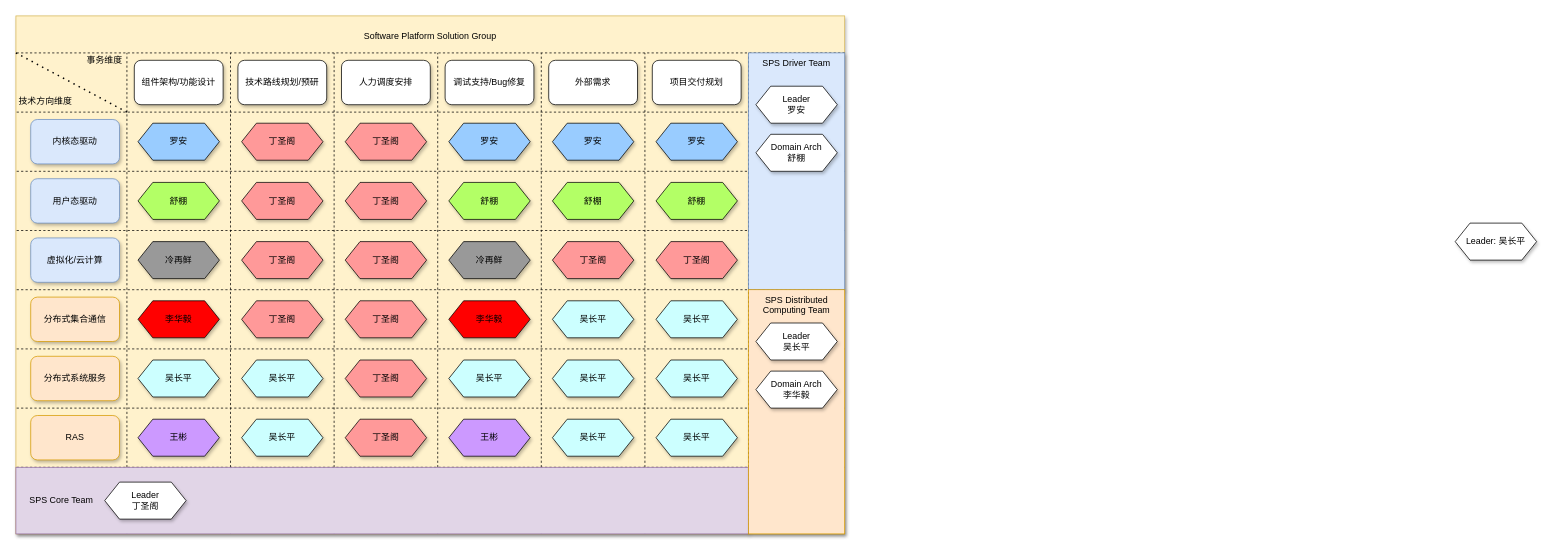
Earlier version of the draw.io diagram 对外接口.drawio (dingsg/drawio). Source tidied: cells renumbered, new cells numbered last; positions are measured from the earlier drawing's top-left corner, leaving out a move shared by most shapes. Both pictures are drawn from the tidied source at 74%, with x=0, y=0 at pixel (16, 16).
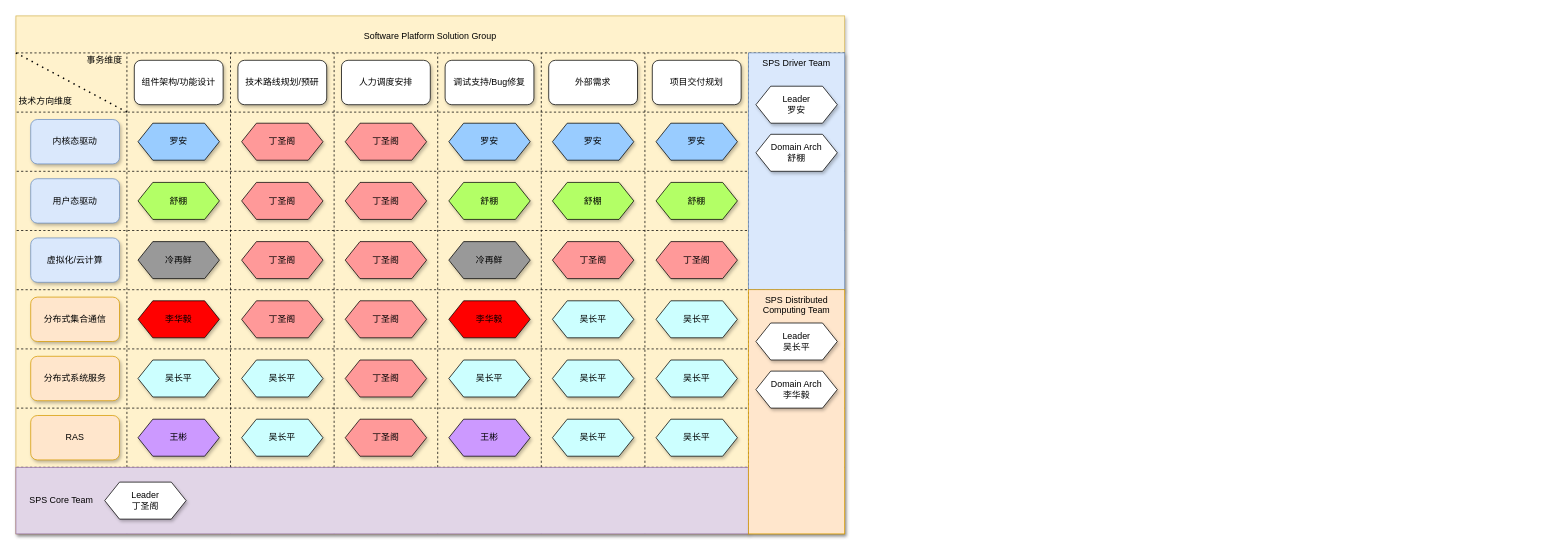
After the change.

The edit, as a diff of the source:
```diff
@@
-    <mxCell id="16" value="Leader: 吴长平" style="shape=hexagon;perimeter=hexagonPerimeter2;whiteSpace=wrap;html=1;fixedSize=1;shadow=1;align=center;" parent="1" vertex="1">
-      <mxGeometry x="1945" y="280" width="110" height="50" as="geometry" />
-    </mxCell>
```
